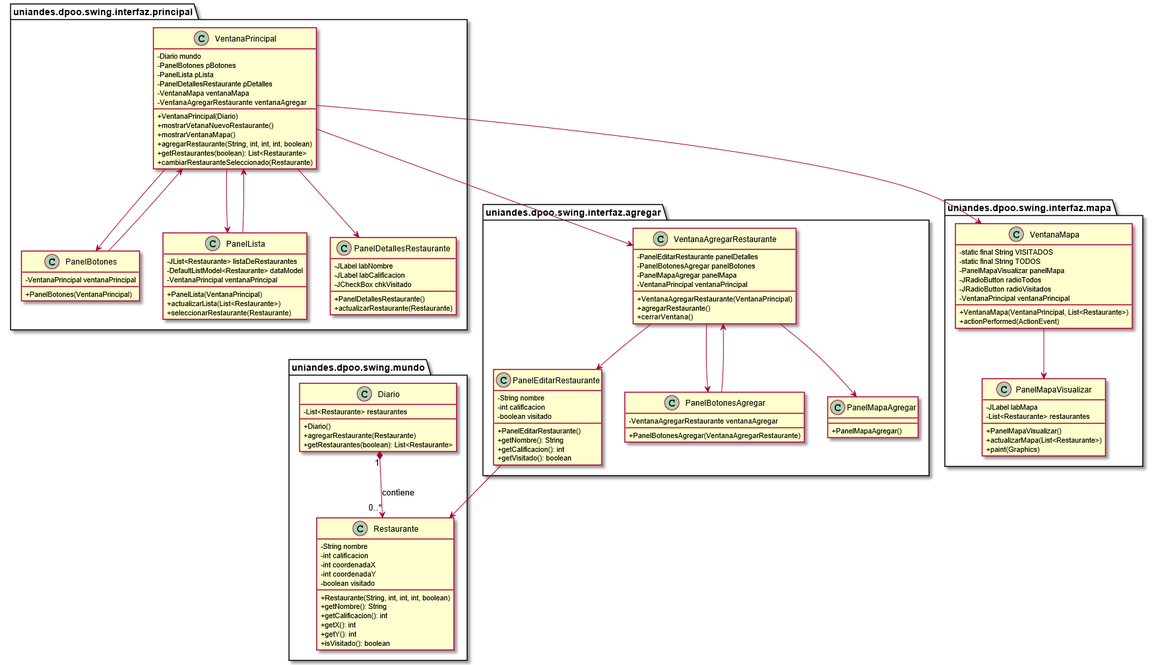
Before: Taller Swing Restaurantes Esqueleto/Diagrama_UML/uml.png, a diagram exported from PlantUML (OscarEduardoMartinezAcevedo/Taller6DPOO2024-2). Its source is kept beside it as Taller Swing Restaurantes Esqueleto/Diagrama_UML/UML.puml.
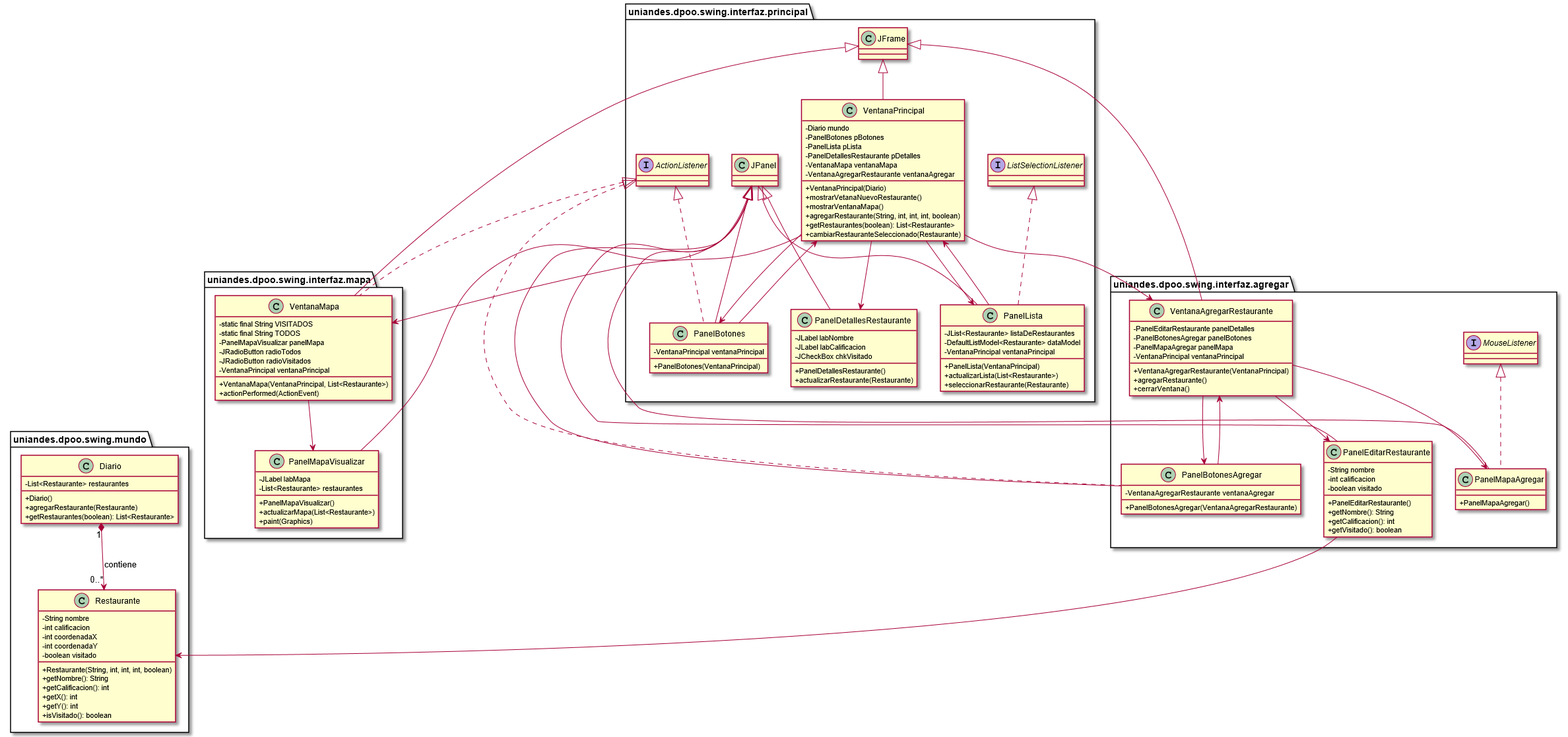
Later version of the same file.

Commit message:
Actualizacion UML

extends e implements agregados

What changed in the source:
```diff
@@ -27,7 +27,7 @@
 }
 
 package "uniandes.dpoo.swing.interfaz.principal" {
-    class VentanaPrincipal {
+    class VentanaPrincipal extends JFrame {
         - Diario mundo
         - PanelBotones pBotones
         - PanelLista pLista
@@ -43,12 +43,12 @@
         + cambiarRestauranteSeleccionado(Restaurante)
     }
 
-    class PanelBotones {
+    class PanelBotones extends JPanel implements ActionListener{
         - VentanaPrincipal ventanaPrincipal
         + PanelBotones(VentanaPrincipal)
     }
 
-    class PanelLista {
+    class PanelLista extends JPanel implements ListSelectionListener{
         - JList<Restaurante> listaDeRestaurantes
         - DefaultListModel<Restaurante> dataModel
         - VentanaPrincipal ventanaPrincipal
@@ -58,7 +58,7 @@
         + seleccionarRestaurante(Restaurante)
     }
 
-    class PanelDetallesRestaurante {
+    class PanelDetallesRestaurante extends JPanel{
         - JLabel labNombre
         - JLabel labCalificacion
         - JCheckBox chkVisitado
@@ -69,7 +69,7 @@
 }
 
 package "uniandes.dpoo.swing.interfaz.agregar" {
-    class VentanaAgregarRestaurante {
+    class VentanaAgregarRestaurante extends JFrame{
         - PanelEditarRestaurante panelDetalles
         - PanelBotonesAgregar panelBotones
         - PanelMapaAgregar panelMapa
@@ -80,7 +80,7 @@
         + cerrarVentana()
     }
 
-    class PanelEditarRestaurante {
+    class PanelEditarRestaurante extends JPanel{
         - String nombre
         - int calificacion
         - boolean visitado
@@ -91,18 +91,18 @@
         + getVisitado(): boolean
     }
 
-    class PanelBotonesAgregar {
+    class PanelBotonesAgregar extends JPanel implements ActionListener{
         - VentanaAgregarRestaurante ventanaAgregar
         + PanelBotonesAgregar(VentanaAgregarRestaurante)
     }
 
-    class PanelMapaAgregar {
+    class PanelMapaAgregar extends JPanel implements MouseListener{
         + PanelMapaAgregar()
     }
 }
 
 package "uniandes.dpoo.swing.interfaz.mapa" {
-    class VentanaMapa {
+    class VentanaMapa extends JFrame implements ActionListener{
         - static final String VISITADOS
         - static final String TODOS
         - PanelMapaVisualizar panelMapa
@@ -114,7 +114,7 @@
         + actionPerformed(ActionEvent)
     }
 
-    class PanelMapaVisualizar {
+    class PanelMapaVisualizar extends JPanel{
         - JLabel labMapa
         - List<Restaurante> restaurantes
 
```
